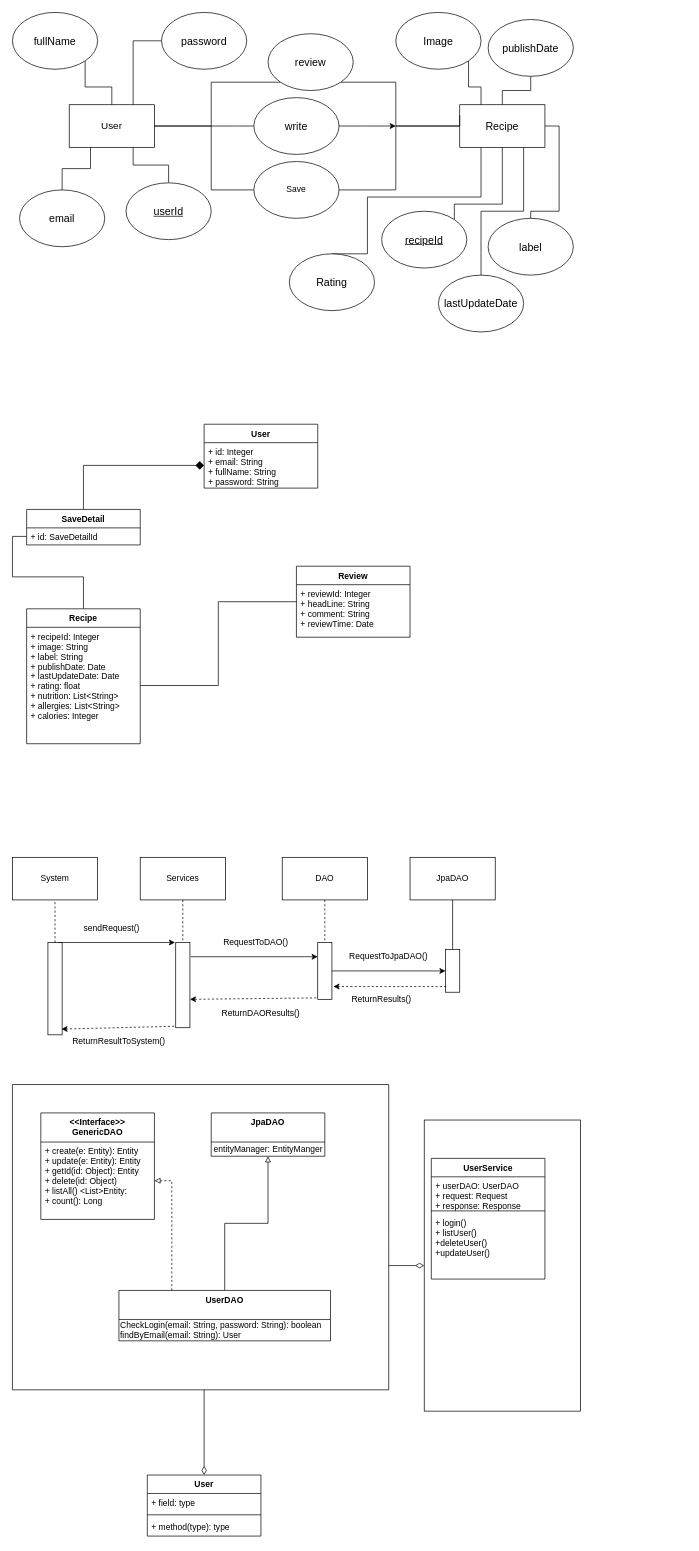
Above: uml.drawio in XiaoyangYan/NewMeal (draw.io), before the change. Source tidied: cells renumbered, new cells numbered last; positions are measured from the earlier drawing's top-left corner, leaving out a move shared by most shapes. Both pictures are drawn from the tidied source at 71%, with x=0, y=0 at pixel (12, 12).
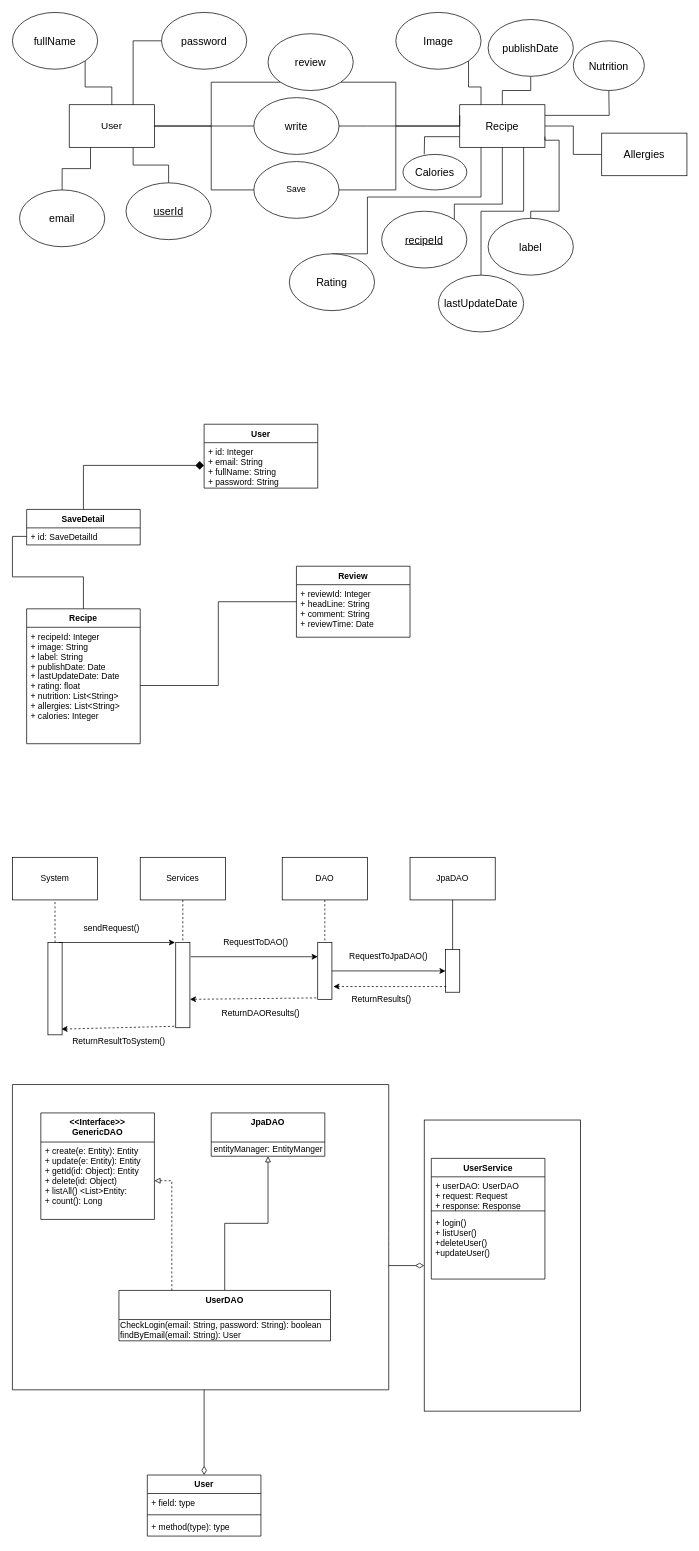
Above is the later version.

Unchanged cells that the change refers to:
```xml
<mxCell id="14" value="&lt;font style=&quot;font-size: 15px&quot;&gt;Recipe&lt;/font&gt;" style="rounded=0;whiteSpace=wrap;html=1;" parent="1" vertex="1">
  <mxGeometry x="630" y="130" width="120" height="60" as="geometry" />
</mxCell>
<mxCell id="20" value="&lt;font style=&quot;font-size: 15px&quot;&gt;write&lt;/font&gt;" style="ellipse;whiteSpace=wrap;html=1;" parent="1" vertex="1">
  <mxGeometry x="340" y="120" width="120" height="80" as="geometry" />
</mxCell>
<mxCell id="35" value="&lt;font style=&quot;font-size: 15px&quot;&gt;label&lt;/font&gt;" style="ellipse;whiteSpace=wrap;html=1;" parent="1" vertex="1">
  <mxGeometry x="670" y="290" width="120" height="80" as="geometry" />
</mxCell>
```

The edit, as a diff of the source:
```diff
@@
+    <mxCell id="91" style="edgeStyle=orthogonalEdgeStyle;rounded=0;jettySize=auto;html=1;exitX=1;exitY=0.25;exitDx=0;exitDy=0;endArrow=none;endFill=0;strokeWidth=1;" parent="1" edge="1" source="14">
+      <mxGeometry relative="1" as="geometry">
+        <mxPoint x="840" y="110" as="targetPoint" />
+      </mxGeometry>
+    </mxCell>
+    <mxCell id="92" style="edgeStyle=orthogonalEdgeStyle;rounded=0;jettySize=auto;html=1;endArrow=none;endFill=0;strokeWidth=1;" parent="1" edge="1" source="14" target="94">
+      <mxGeometry relative="1" as="geometry" />
+    </mxCell>
+    <mxCell id="93" style="edgeStyle=orthogonalEdgeStyle;rounded=0;jettySize=auto;html=1;exitX=0;exitY=0.75;exitDx=0;exitDy=0;endArrow=none;endFill=0;strokeWidth=1;" parent="1" edge="1" source="14">
+      <mxGeometry relative="1" as="geometry">
+        <mxPoint x="580" y="200" as="targetPoint" />
+      </mxGeometry>
+    </mxCell>
@@
+    <mxCell id="94" value="&lt;font style=&quot;font-size: 15px&quot;&gt;Allergies&lt;/font&gt;" style="rounded=0;whiteSpace=wrap;html=1;" parent="1" vertex="1">
+      <mxGeometry x="830" y="170" width="120" height="60" as="geometry" />
+    </mxCell>
@@
-    <mxCell id="19" style="edgeStyle=orthogonalEdgeStyle;rounded=0;jettySize=auto;html=1;" parent="1" edge="1" source="20">
+    <mxCell id="19" style="edgeStyle=orthogonalEdgeStyle;rounded=0;jettySize=auto;html=1;strokeWidth=1;endArrow=none;endFill=0;" parent="1" edge="1" source="20">
       <mxGeometry relative="1" as="geometry">
         <mxPoint x="540" y="160" as="targetPoint" />
       </mxGeometry>
     </mxCell>
@@
+    <mxCell id="95" value="&lt;font style=&quot;font-size: 15px&quot;&gt;Nutrition&lt;/font&gt;" style="ellipse;whiteSpace=wrap;html=1;" parent="1" vertex="1">
+      <mxGeometry x="790" y="40" width="100" height="70" as="geometry" />
+    </mxCell>
@@
-    <mxCell id="34" style="edgeStyle=orthogonalEdgeStyle;rounded=0;jettySize=auto;html=1;exitX=0.5;exitY=0;exitDx=0;exitDy=0;entryX=1;entryY=0.5;entryDx=0;entryDy=0;endArrow=none;endFill=0;" parent="1" edge="1" source="35" target="14">
+    <mxCell id="34" style="edgeStyle=orthogonalEdgeStyle;rounded=0;jettySize=auto;html=1;exitX=0.5;exitY=0;exitDx=0;exitDy=0;entryX=1;entryY=0.75;entryDx=0;entryDy=0;endArrow=none;endFill=0;" parent="1" edge="1" source="35" target="14">
       <mxGeometry relative="1" as="geometry">
         <Array as="points">
+          <mxPoint x="730" y="280" />
           <mxPoint x="770" y="280" />
-          <mxPoint x="770" y="160" />
+          <mxPoint x="770" y="180" />
+          <mxPoint x="750" y="180" />
         </Array>
       </mxGeometry>
     </mxCell>
@@
+    <mxCell id="96" value="&lt;font style=&quot;font-size: 15px&quot;&gt;Calories&lt;/font&gt;" style="ellipse;whiteSpace=wrap;html=1;" parent="1" vertex="1">
+      <mxGeometry x="550" y="200" width="90" height="50" as="geometry" />
+    </mxCell>
```
